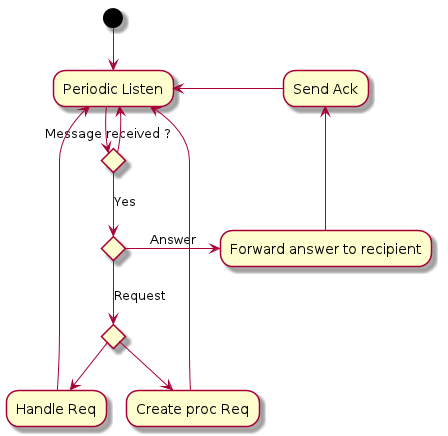
tof25/DST keeps this PlantUML diagram as doc/UML/Algo_Leader.png. Above is the earlier version.
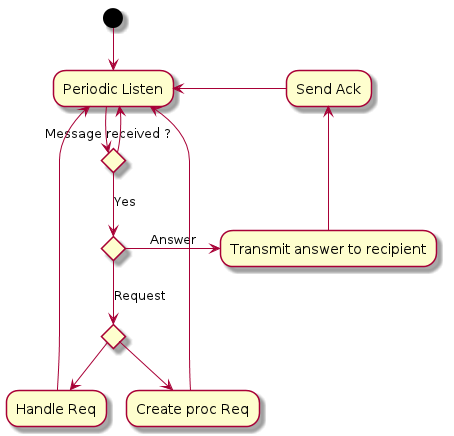
The same file after the commit.

Diff of the diagram source:
```diff
@@ -5,7 +5,7 @@
   -->"Periodic Listen"
 else
   [Yes]if "" then
-    -right->[Answer]"Forward answer to recipient"
+    -right->[Answer]"Transmit answer to recipient"
     -->"Send Ack"
     -left->"Periodic Listen"
   else
```
